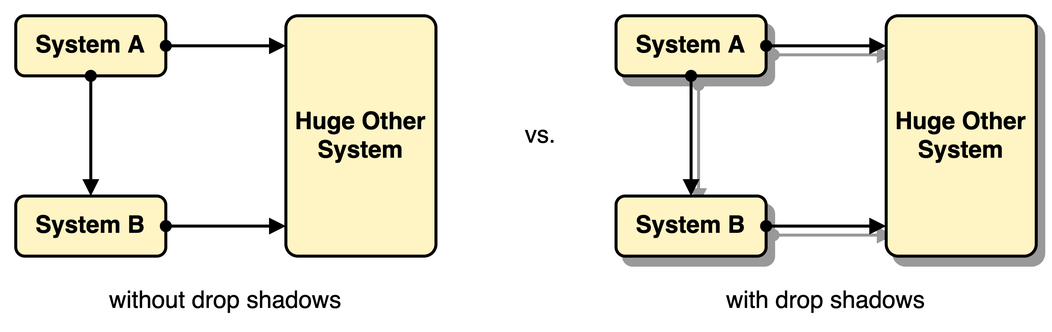
The draw.io diagram diagrams/general-guideline_no-drop-shadows.png in martinleggewie/visual-tips-for-creating-schematic-diagrams, before a commit. Source tidied: cells renumbered, new cells last; positions are measured from the earlier drawing's top-left corner, leaving out a move shared by most shapes.
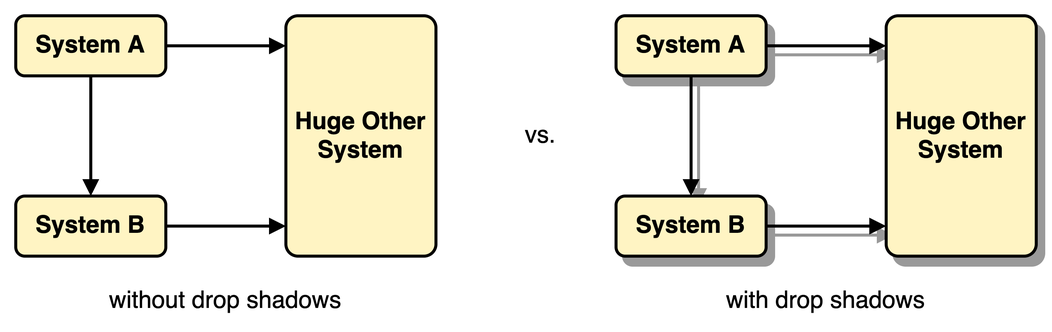
The same file after the commit.

Change to the diagram source:
```diff
@@ -6,13 +6,13 @@
       <mxGeometry width="700" height="220" as="geometry" />
     </mxCell>
     <mxCell id="3" value="dropshadow" parent="0" />
-    <mxCell id="4" style="edgeStyle=none;rounded=0;jettySize=auto;html=1;startArrow=oval;startFill=1;endArrow=block;endFill=1;strokeWidth=2;fontSize=16;shadow=0;strokeColor=#999999;" parent="3" edge="1" source="5" target="9">
+    <mxCell id="4" style="edgeStyle=none;rounded=0;jettySize=auto;html=1;startArrow=none;startFill=0;endArrow=block;endFill=1;strokeWidth=2;fontSize=16;shadow=0;strokeColor=#999999;" parent="3" edge="1" source="5" target="9">
       <mxGeometry relative="1" as="geometry" />
     </mxCell>
     <mxCell id="5" style="rounded=1;whiteSpace=wrap;html=1;strokeWidth=2;fontSize=16;fontStyle=1;shadow=0;glass=0;strokeColor=#999999;fillColor=#999999;" parent="3" vertex="1">
       <mxGeometry x="415" y="16" width="100" height="40" as="geometry" />
     </mxCell>
-    <mxCell id="6" style="rounded=0;jettySize=auto;html=1;fontSize=16;endArrow=block;endFill=1;startArrow=oval;startFill=1;strokeWidth=2;shadow=0;strokeColor=#999999;" parent="3" edge="1" source="5">
+    <mxCell id="6" style="rounded=0;jettySize=auto;html=1;fontSize=16;endArrow=block;endFill=1;startArrow=none;startFill=0;strokeWidth=2;shadow=0;strokeColor=#999999;" parent="3" edge="1" source="5">
       <mxGeometry relative="1" as="geometry">
         <mxPoint x="595" y="36" as="targetPoint" />
       </mxGeometry>
@@ -20,7 +20,7 @@
     <mxCell id="7" style="rounded=1;whiteSpace=wrap;html=1;strokeWidth=2;fontSize=16;fontStyle=1;shadow=0;arcSize=8;glass=0;strokeColor=#999999;fillColor=#999999;" parent="3" vertex="1">
       <mxGeometry x="595" y="16" width="100" height="160" as="geometry" />
     </mxCell>
-    <mxCell id="8" style="rounded=0;jettySize=auto;html=1;fontSize=16;endArrow=block;endFill=1;startArrow=oval;startFill=1;strokeWidth=2;shadow=0;strokeColor=#999999;" parent="3" edge="1" source="9">
+    <mxCell id="8" style="rounded=0;jettySize=auto;html=1;fontSize=16;endArrow=block;endFill=1;startArrow=none;startFill=0;strokeWidth=2;shadow=0;strokeColor=#999999;" parent="3" edge="1" source="9">
       <mxGeometry relative="1" as="geometry">
         <mxPoint x="595" y="156" as="targetPoint" />
       </mxGeometry>
@@ -35,7 +35,7 @@
     <mxCell id="12" value="Huge Other&lt;br&gt;System" style="rounded=1;whiteSpace=wrap;html=1;strokeWidth=2;fontSize=16;fontStyle=1;fillColor=#FFF4C3;arcSize=8;" parent="10" vertex="1">
       <mxGeometry x="190" y="10" width="100" height="160" as="geometry" />
     </mxCell>
-    <mxCell id="13" style="rounded=0;jettySize=auto;html=1;fontSize=16;endArrow=block;endFill=1;startArrow=oval;startFill=1;strokeWidth=2;" parent="10" edge="1" source="11">
+    <mxCell id="13" style="rounded=0;jettySize=auto;html=1;fontSize=16;endArrow=block;endFill=1;startArrow=none;startFill=0;strokeWidth=2;" parent="10" edge="1" source="11">
       <mxGeometry relative="1" as="geometry">
         <mxPoint x="190" y="30" as="targetPoint" />
       </mxGeometry>
@@ -43,10 +43,10 @@
     <mxCell id="14" value="System B" style="rounded=1;whiteSpace=wrap;html=1;strokeWidth=2;fontSize=16;fontStyle=1;fillColor=#FFF4C3;" parent="10" vertex="1">
       <mxGeometry x="10" y="130" width="100" height="40" as="geometry" />
     </mxCell>
-    <mxCell id="15" style="edgeStyle=none;rounded=0;jettySize=auto;html=1;startArrow=oval;startFill=1;endArrow=block;endFill=1;strokeWidth=2;fontSize=16;" parent="10" edge="1" source="11" target="14">
+    <mxCell id="15" style="edgeStyle=none;rounded=0;jettySize=auto;html=1;startArrow=none;startFill=0;endArrow=block;endFill=1;strokeWidth=2;fontSize=16;" parent="10" edge="1" source="11" target="14">
       <mxGeometry relative="1" as="geometry" />
     </mxCell>
-    <mxCell id="16" style="rounded=0;jettySize=auto;html=1;fontSize=16;endArrow=block;endFill=1;startArrow=oval;startFill=1;strokeWidth=2;" parent="10" edge="1" source="14">
+    <mxCell id="16" style="rounded=0;jettySize=auto;html=1;fontSize=16;endArrow=block;endFill=1;startArrow=none;startFill=0;strokeWidth=2;" parent="10" edge="1" source="14">
       <mxGeometry relative="1" as="geometry">
         <mxPoint x="190" y="150" as="targetPoint" />
       </mxGeometry>
@@ -63,7 +63,7 @@
     <mxCell id="20" value="Huge Other&lt;br&gt;System" style="rounded=1;whiteSpace=wrap;html=1;strokeWidth=2;fontSize=16;fontStyle=1;fillColor=#FFF4C3;shadow=0;arcSize=8;" parent="10" vertex="1">
       <mxGeometry x="590" y="10" width="100" height="160" as="geometry" />
     </mxCell>
-    <mxCell id="21" style="rounded=0;jettySize=auto;html=1;fontSize=16;endArrow=block;endFill=1;startArrow=oval;startFill=1;strokeWidth=2;shadow=0;" parent="10" edge="1" source="19">
+    <mxCell id="21" style="rounded=0;jettySize=auto;html=1;fontSize=16;endArrow=block;endFill=1;startArrow=none;startFill=0;strokeWidth=2;shadow=0;" parent="10" edge="1" source="19">
       <mxGeometry relative="1" as="geometry">
         <mxPoint x="590" y="30" as="targetPoint" />
       </mxGeometry>
@@ -71,10 +71,10 @@
     <mxCell id="22" value="System B" style="rounded=1;whiteSpace=wrap;html=1;strokeWidth=2;fontSize=16;fontStyle=1;fillColor=#FFF4C3;shadow=0;" parent="10" vertex="1">
       <mxGeometry x="410" y="130" width="100" height="40" as="geometry" />
     </mxCell>
-    <mxCell id="23" style="edgeStyle=none;rounded=0;jettySize=auto;html=1;startArrow=oval;startFill=1;endArrow=block;endFill=1;strokeWidth=2;fontSize=16;shadow=0;" parent="10" edge="1" source="19" target="22">
+    <mxCell id="23" style="edgeStyle=none;rounded=0;jettySize=auto;html=1;startArrow=none;startFill=0;endArrow=block;endFill=1;strokeWidth=2;fontSize=16;shadow=0;" parent="10" edge="1" source="19" target="22">
       <mxGeometry relative="1" as="geometry" />
     </mxCell>
-    <mxCell id="24" style="rounded=0;jettySize=auto;html=1;fontSize=16;endArrow=block;endFill=1;startArrow=oval;startFill=1;strokeWidth=2;shadow=0;" parent="10" edge="1" source="22">
+    <mxCell id="24" style="rounded=0;jettySize=auto;html=1;fontSize=16;endArrow=block;endFill=1;startArrow=none;startFill=0;strokeWidth=2;shadow=0;" parent="10" edge="1" source="22">
       <mxGeometry relative="1" as="geometry">
         <mxPoint x="590" y="150" as="targetPoint" />
       </mxGeometry>
```
